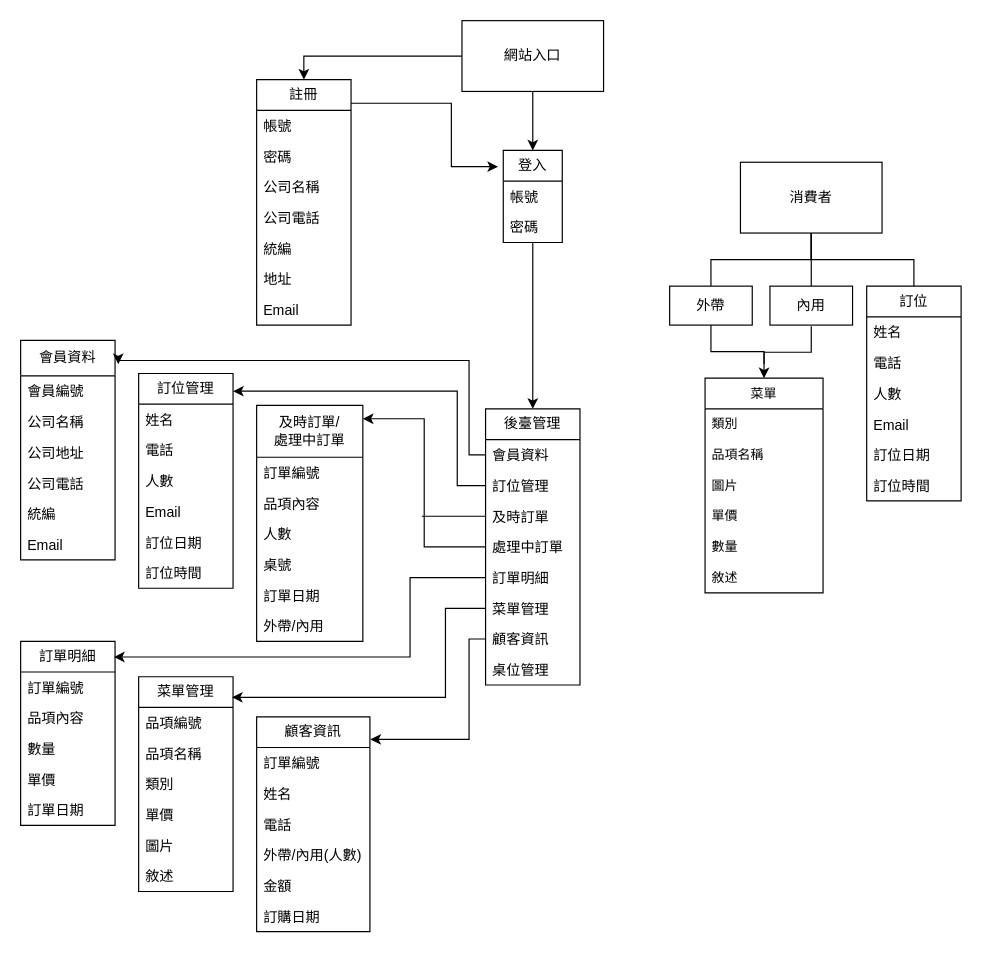
yupm15/project2 keeps this draw.io diagram as page "第 2 页" (2 of 2) of structure.drawio. Above is the earlier version. Source tidied: cells renumbered, new cells numbered last; positions are measured from the earlier drawing's top-left corner, leaving out a move shared by most shapes. Both pictures are drawn from the tidied source at 118%, with x=0, y=0 at pixel (20, 20).
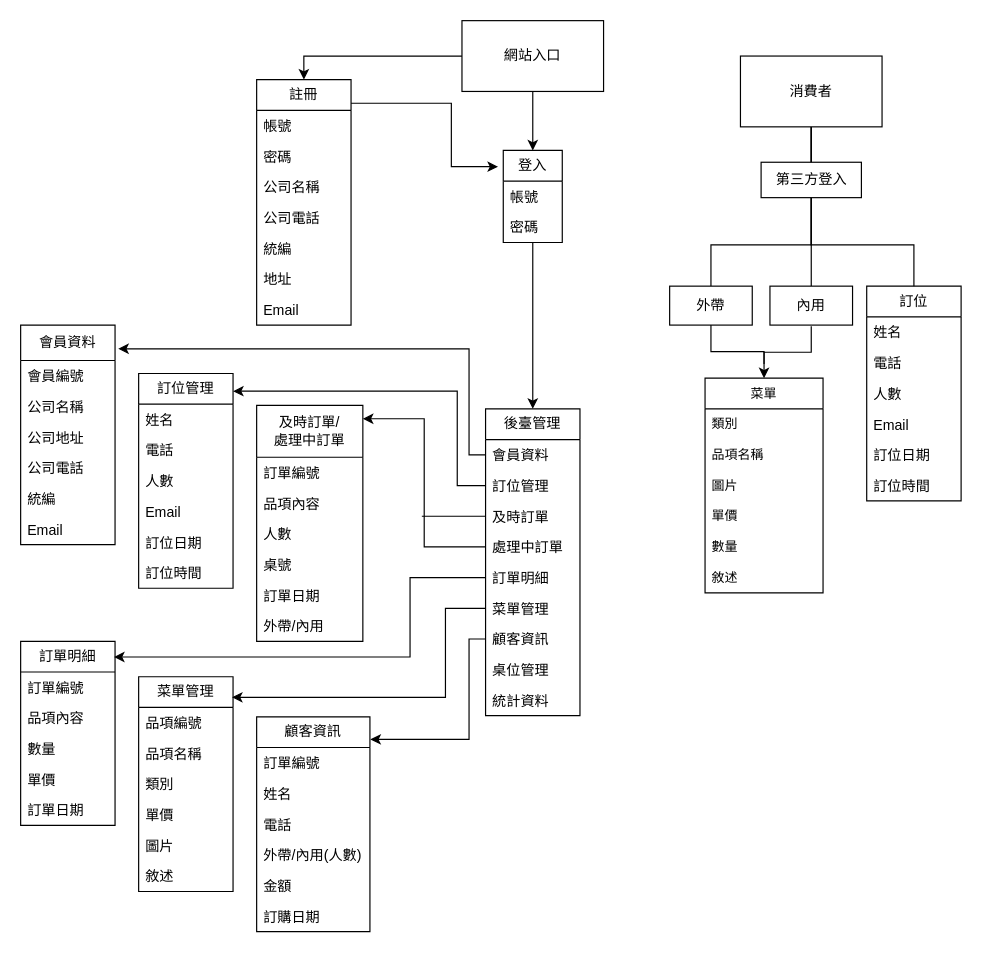
The same diagram, later.

Unchanged cells that the change refers to:
```xml
<mxCell id="10" value="外帶" style="rounded=0;whiteSpace=wrap;html=1;" parent="1" vertex="1">
  <mxGeometry x="550" y="225" width="70" height="33" as="geometry" />
</mxCell>
<mxCell id="12" value="會員資料" style="text;strokeColor=none;fillColor=none;align=left;verticalAlign=top;spacingLeft=4;spacingRight=4;overflow=hidden;points=[[0,0.5],[1,0.5]];portConstraint=eastwest;whiteSpace=wrap;html=1;" parent="11" vertex="1">
  <mxGeometry y="26" width="80" height="26" as="geometry" />
</mxCell>
<mxCell id="81" value="訂位" style="swimlane;fontStyle=0;horizontal=1;startSize=26;fillColor=none;whiteSpace=wrap;html=1;" parent="1" vertex="1">
  <mxGeometry x="717" y="225" width="80" height="182" as="geometry" />
</mxCell>
```

Diff of the diagram source:
```diff
@@
     <mxCell id="5" style="edgeStyle=orthogonalEdgeStyle;shape=connector;rounded=0;jettySize=auto;html=1;entryX=0.5;entryY=0;entryDx=0;entryDy=0;labelBackgroundColor=default;strokeColor=default;fontFamily=Helvetica;fontSize=11;fontColor=default;startArrow=none;startFill=0;endArrow=none;endFill=0;" parent="1" edge="1" source="8" target="10">
-      <mxGeometry relative="1" as="geometry" />
+      <mxGeometry relative="1" as="geometry">
+        <Array as="points">
+          <mxPoint x="670" y="190" />
+          <mxPoint x="585" y="190" />
+        </Array>
+      </mxGeometry>
     </mxCell>
@@
     <mxCell id="7" style="edgeStyle=orthogonalEdgeStyle;shape=connector;rounded=0;jettySize=auto;html=1;entryX=0.5;entryY=0;entryDx=0;entryDy=0;labelBackgroundColor=default;strokeColor=default;fontFamily=Helvetica;fontSize=11;fontColor=default;startArrow=none;startFill=0;endArrow=none;endFill=0;" parent="1" edge="1" source="8" target="81">
-      <mxGeometry relative="1" as="geometry" />
+      <mxGeometry relative="1" as="geometry">
+        <Array as="points">
+          <mxPoint x="670" y="190" />
+          <mxPoint x="757" y="190" />
+        </Array>
+      </mxGeometry>
     </mxCell>
     <mxCell id="8" value="消費者" style="rounded=0;whiteSpace=wrap;html=1;" parent="1" vertex="1">
-      <mxGeometry x="610" y="120" width="120" height="60" as="geometry" />
+      <mxGeometry x="610" y="30" width="120" height="60" as="geometry" />
     </mxCell>
@@
     <mxCell id="11" value="後臺管理" style="swimlane;fontStyle=0;horizontal=1;startSize=26;fillColor=none;whiteSpace=wrap;html=1;" parent="1" vertex="1">
-      <mxGeometry x="394" y="329" width="80" height="234" as="geometry" />
+      <mxGeometry x="394" y="329" width="80" height="260" as="geometry" />
     </mxCell>
@@
+    <mxCell id="97" value="統計資料" style="text;strokeColor=none;fillColor=none;align=left;verticalAlign=top;spacingLeft=4;spacingRight=4;overflow=hidden;whiteSpace=wrap;html=1;" parent="11" vertex="1">
+      <mxGeometry y="234" width="80" height="26" as="geometry" />
+    </mxCell>
@@
     <mxCell id="48" value="會員資料" style="swimlane;fontStyle=0;horizontal=1;startSize=30;fillColor=none;whiteSpace=wrap;html=1;fillStyle=auto;" parent="1" vertex="1">
-      <mxGeometry y="271" width="80" height="186" as="geometry" />
+      <mxGeometry y="258" width="80" height="186" as="geometry" />
     </mxCell>
@@
     <mxCell id="77" style="edgeStyle=orthogonalEdgeStyle;rounded=0;jettySize=auto;html=1;entryX=1.034;entryY=0.108;entryDx=0;entryDy=0;entryPerimeter=0;" parent="1" edge="1" source="12" target="48">
       <mxGeometry relative="1" as="geometry">
         <Array as="points">
           <mxPoint x="380" y="368" />
-          <mxPoint x="380" y="288" />
+          <mxPoint x="380" y="278" />
         </Array>
       </mxGeometry>
     </mxCell>
@@
+    <mxCell id="98" value="第三方登入" style="html=1;whiteSpace=wrap;" parent="1" vertex="1">
+      <mxGeometry x="627.5" y="120" width="85" height="30" as="geometry" />
+    </mxCell>
```
